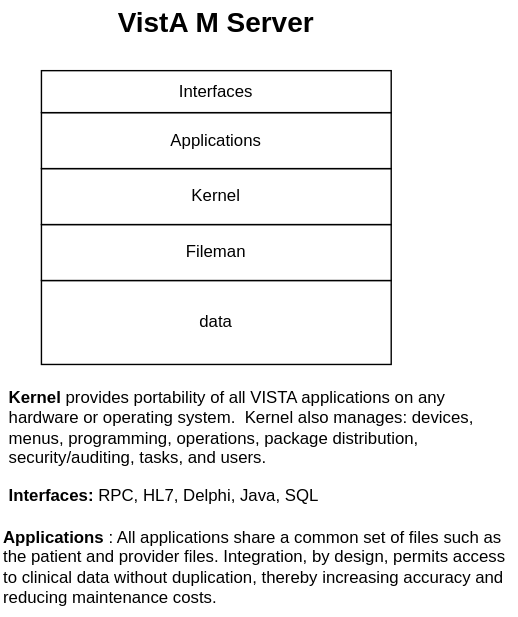
cloudvista/adoc-drawio keeps this draw.io diagram as vista.drawio.svg. Above is the earlier version. Source tidied: cells renumbered, new cells last; positions are measured from the earlier drawing's top-left corner, leaving out a move shared by most shapes.
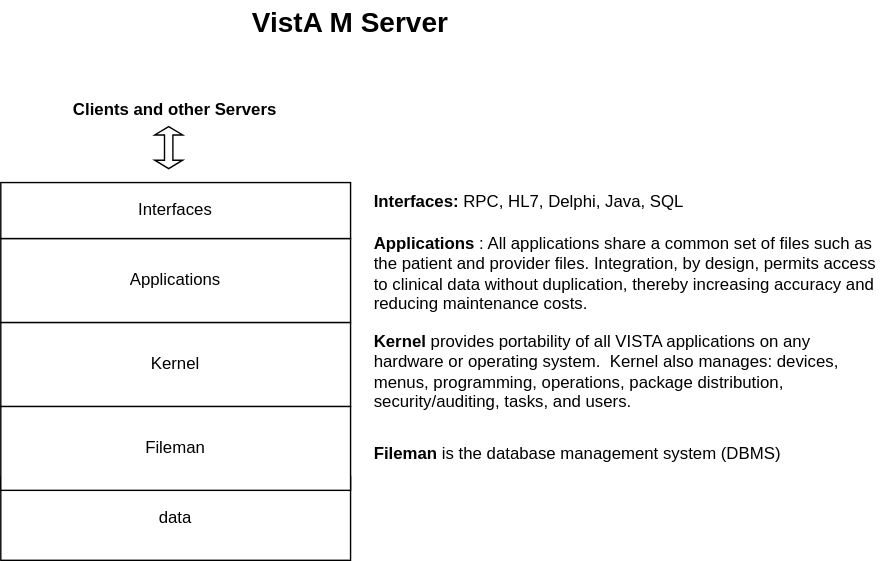
Later version of the same file.

What changed in the source:
```diff
@@ -3,31 +3,40 @@
     <mxCell id="0" />
     <mxCell id="1" parent="0" />
     <mxCell id="2" value="data" style="whiteSpace=wrap;html=1;fontFamily=Helvetica;" parent="1" vertex="1">
-      <mxGeometry x="29" y="200" width="250" height="60" as="geometry" />
+      <mxGeometry x="-86" y="240" width="250" height="60" as="geometry" />
     </mxCell>
     <mxCell id="3" value="Fileman" style="rounded=0;whiteSpace=wrap;html=1;labelBackgroundColor=default;labelBorderColor=none;" parent="1" vertex="1">
-      <mxGeometry x="29" y="160" width="250" height="40" as="geometry" />
+      <mxGeometry x="-86" y="190" width="250" height="60" as="geometry" />
     </mxCell>
     <mxCell id="4" value="VistA M Server" style="text;html=1;strokeColor=none;fillColor=none;align=center;verticalAlign=middle;whiteSpace=wrap;rounded=0;labelBackgroundColor=default;labelBorderColor=none;fontStyle=1;fontSize=20;" parent="1" vertex="1">
-      <mxGeometry x="69" width="170" height="30" as="geometry" />
+      <mxGeometry x="79" y="-100" width="170" height="30" as="geometry" />
     </mxCell>
     <mxCell id="5" value="Kernel" style="rounded=0;whiteSpace=wrap;html=1;labelBackgroundColor=default;labelBorderColor=none;" parent="1" vertex="1">
-      <mxGeometry x="29" y="120" width="250" height="40" as="geometry" />
+      <mxGeometry x="-86" y="130" width="250" height="60" as="geometry" />
     </mxCell>
     <mxCell id="6" value="Applications" style="rounded=0;whiteSpace=wrap;html=1;labelBackgroundColor=default;labelBorderColor=none;" parent="1" vertex="1">
-      <mxGeometry x="29" y="80" width="250" height="40" as="geometry" />
+      <mxGeometry x="-86" y="70" width="250" height="60" as="geometry" />
     </mxCell>
     <mxCell id="7" value="Interfaces" style="rounded=0;whiteSpace=wrap;html=1;labelBackgroundColor=default;labelBorderColor=none;" parent="1" vertex="1">
-      <mxGeometry x="29" y="50" width="250" height="30" as="geometry" />
+      <mxGeometry x="-86" y="30" width="250" height="40" as="geometry" />
     </mxCell>
     <mxCell id="8" value="&lt;b&gt;Kernel&lt;/b&gt; provides portability of all VISTA applications on any hardware or operating system.&amp;nbsp; Kernel also manages: devices, menus, programming, operations, package distribution, security/auditing, tasks, and users." style="text;whiteSpace=wrap;html=1;" parent="1" vertex="1">
-      <mxGeometry x="4" y="270" width="355" height="60" as="geometry" />
+      <mxGeometry x="179" y="130" width="355" height="60" as="geometry" />
     </mxCell>
     <mxCell id="9" value="&lt;b&gt;Interfaces:&lt;/b&gt;&amp;nbsp; RPC, HL7, Delphi, Java, SQL" style="text;whiteSpace=wrap;html=1;" parent="1" vertex="1">
-      <mxGeometry x="4" y="340" width="365" height="20" as="geometry" />
+      <mxGeometry x="179" y="30" width="365" height="20" as="geometry" />
     </mxCell>
     <mxCell id="10" value="&lt;b&gt;Applications&lt;/b&gt;: All applications share a common set of files such as the patient and provider files. Integration, by design, permits access to clinical data without duplication, thereby increasing accuracy and reducing maintenance costs." style="text;whiteSpace=wrap;html=1;" parent="1" vertex="1">
-      <mxGeometry x="0.2" y="370" width="362.5" height="70" as="geometry" />
+      <mxGeometry x="179" y="60" width="362.5" height="70" as="geometry" />
     </mxCell>
+    <mxCell id="11" style="shape=doubleArrow;direction=south;whiteSpace=wrap;html=1;" parent="1" vertex="1">
+      <mxGeometry x="24" y="-10" width="20" height="30" as="geometry" />
+    </mxCell>
+    <mxCell id="12" value="&lt;b&gt;Fileman&lt;/b&gt;&amp;nbsp; is the database management system (DBMS)" style="text;whiteSpace=wrap;html=1;" parent="1" vertex="1">
+      <mxGeometry x="179" y="210" width="355" height="20" as="geometry" />
+    </mxCell>
+    <mxCell id="13" value="&lt;b&gt;Clients and other Servers&lt;/b&gt;" style="text;whiteSpace=wrap;html=1;" parent="1" vertex="1">
+      <mxGeometry x="-36" y="-36" width="150" height="20" as="geometry" />
+    </mxCell>
   </root>
 </mxGraphModel>
```
